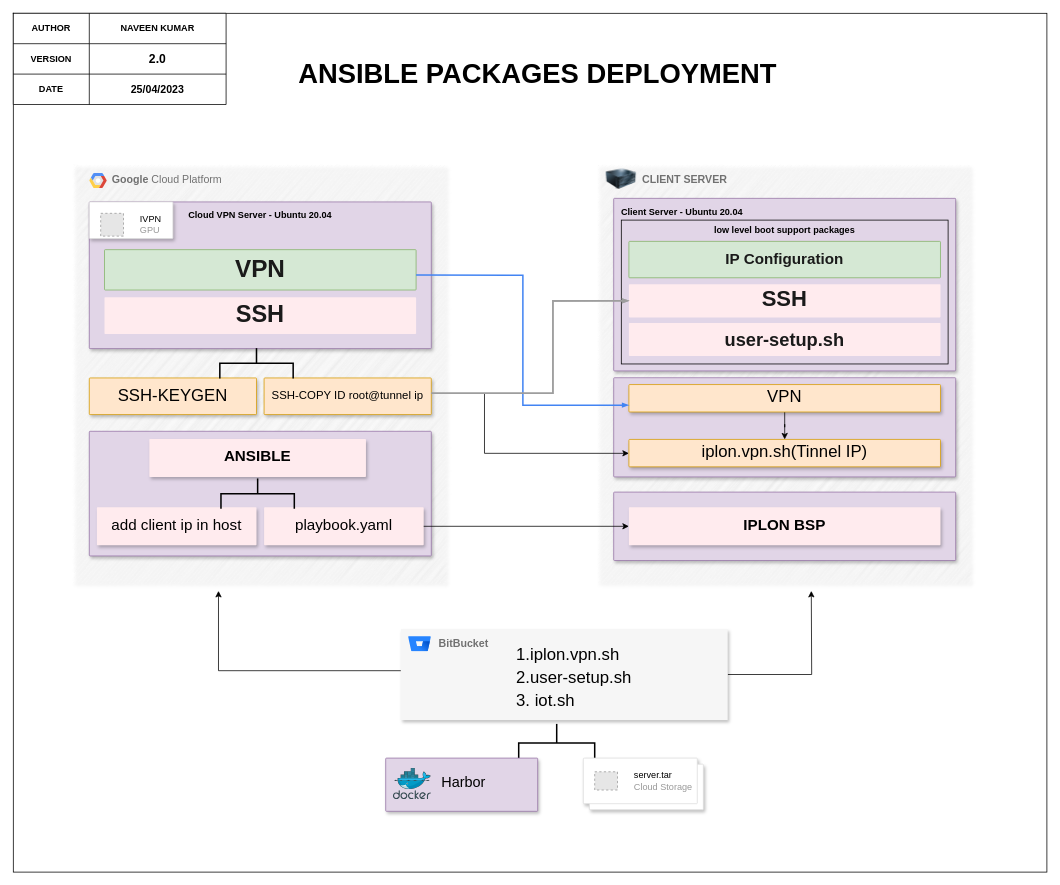
naveen09111997/IOT6.5_BSP keeps this draw.io diagram as Untitled Diagram.drawio. Above is the earlier version. Source tidied: cells renumbered, new cells numbered last; positions are measured from the earlier drawing's top-left corner, leaving out a move shared by most shapes. Both pictures are drawn from the tidied source at 76%, with x=0, y=0 at pixel (13, 13). Pictures stored in the file or linked from it are replaced by grey dashed boxes.
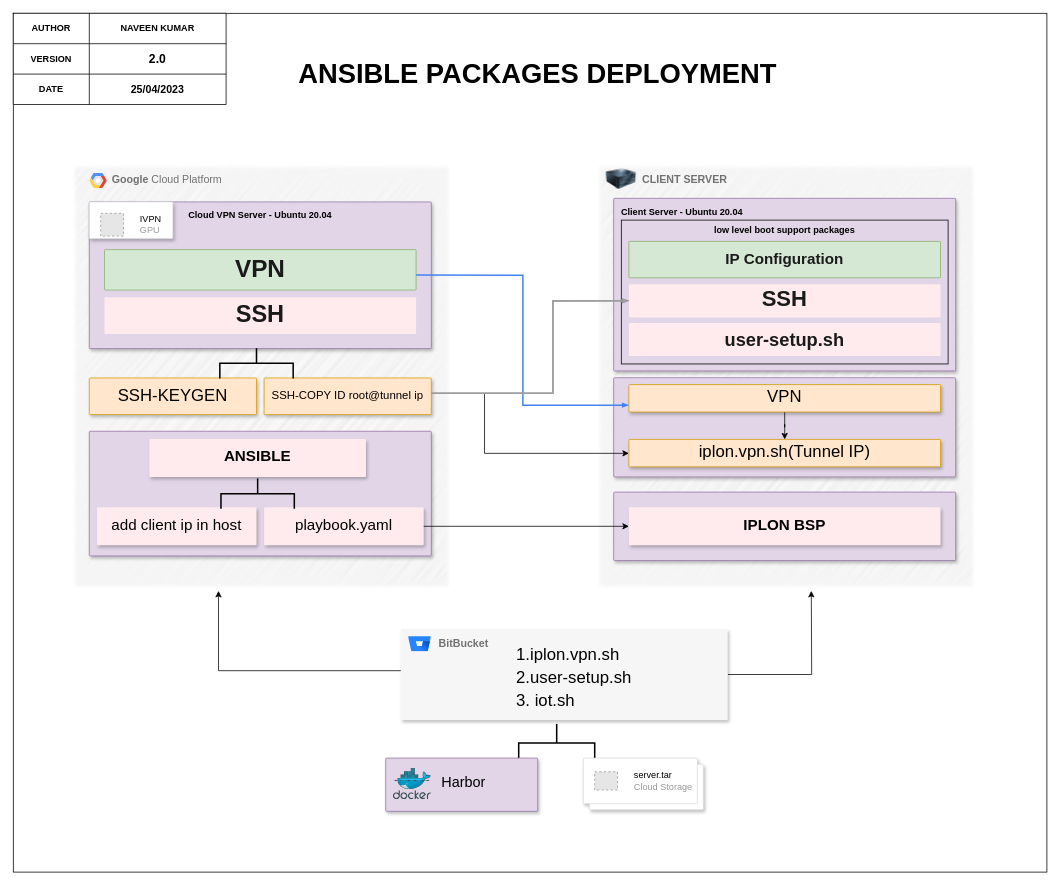
Above is the later version.

The change refers to these unchanged cells:
```xml
<mxCell id="18" value="&lt;b&gt;&amp;nbsp; CLIENT SERVER&lt;/b&gt;" style="fillColor=#F6F6F6;strokeColor=none;shadow=1;gradientColor=none;fontSize=14;align=left;spacing=10;fontColor=#717171;9E9E9E;verticalAlign=top;spacingTop=-4;fontStyle=0;spacingLeft=40;html=1;whiteSpace=wrap;rounded=0;sketch=1;curveFitting=1;jiggle=2;" parent="1" vertex="1">
  <mxGeometry x="770" y="200" width="490" height="550" as="geometry" />
</mxCell>
```

What changed in the source:
```diff
@@
-    <mxCell id="30" value="&lt;span style=&quot;font-size: 22px;&quot;&gt;iplon.vpn.sh(Tinnel IP)&lt;/span&gt;" style="sketch=0;points=[[0,0,0],[0.25,0,0],[0.5,0,0],[0.75,0,0],[1,0,0],[1,0.25,0],[1,0.5,0],[1,0.75,0],[1,1,0],[0.75,1,0],[0.5,1,0],[0.25,1,0],[0,1,0],[0,0.75,0],[0,0.5,0],[0,0.25,0]];rounded=1;absoluteArcSize=1;arcSize=2;html=1;strokeColor=#d79b00;shadow=1;dashed=0;fontSize=12;align=center;verticalAlign=middle;spacing=10;spacingTop=-4;whiteSpace=wrap;fillColor=#ffe6cc;" parent="18" vertex="1">
+    <mxCell id="30" value="&lt;span style=&quot;font-size: 22px;&quot;&gt;iplon.vpn.sh(Tunnel IP)&lt;/span&gt;" style="sketch=0;points=[[0,0,0],[0.25,0,0],[0.5,0,0],[0.75,0,0],[1,0,0],[1,0.25,0],[1,0.5,0],[1,0.75,0],[1,1,0],[0.75,1,0],[0.5,1,0],[0.25,1,0],[0,1,0],[0,0.75,0],[0,0.5,0],[0,0.25,0]];rounded=1;absoluteArcSize=1;arcSize=2;html=1;strokeColor=#d79b00;shadow=1;dashed=0;fontSize=12;align=center;verticalAlign=middle;spacing=10;spacingTop=-4;whiteSpace=wrap;fillColor=#ffe6cc;" parent="18" vertex="1">
       <mxGeometry x="40" y="360.7" width="410" height="36.1" as="geometry" />
     </mxCell>
```
